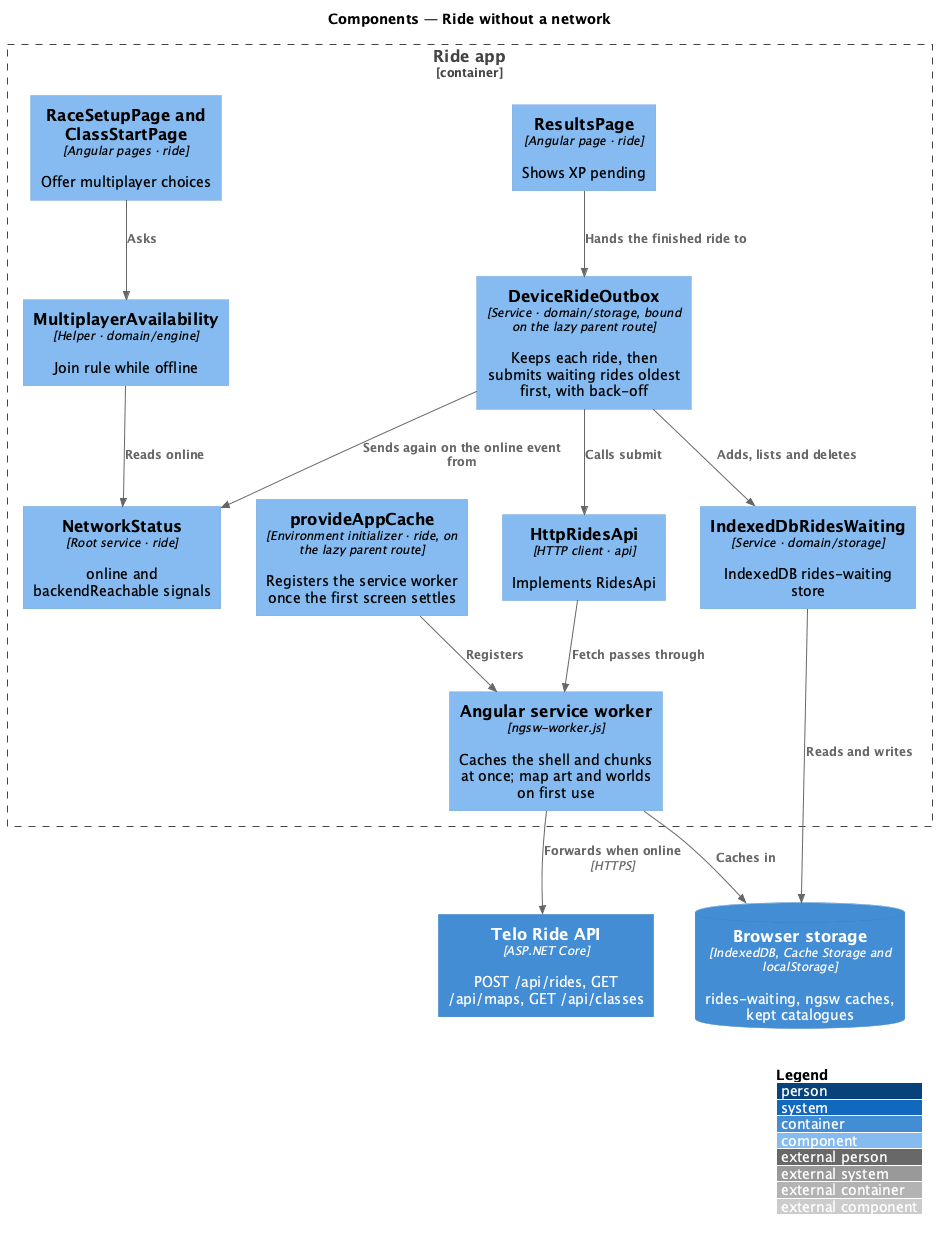
This is docs/detailed-designs/performance/ride-without-a-network/diagrams/c4-component.png from QuinntyneBrown/wattzup, a PlantUML export, as it was before one commit.
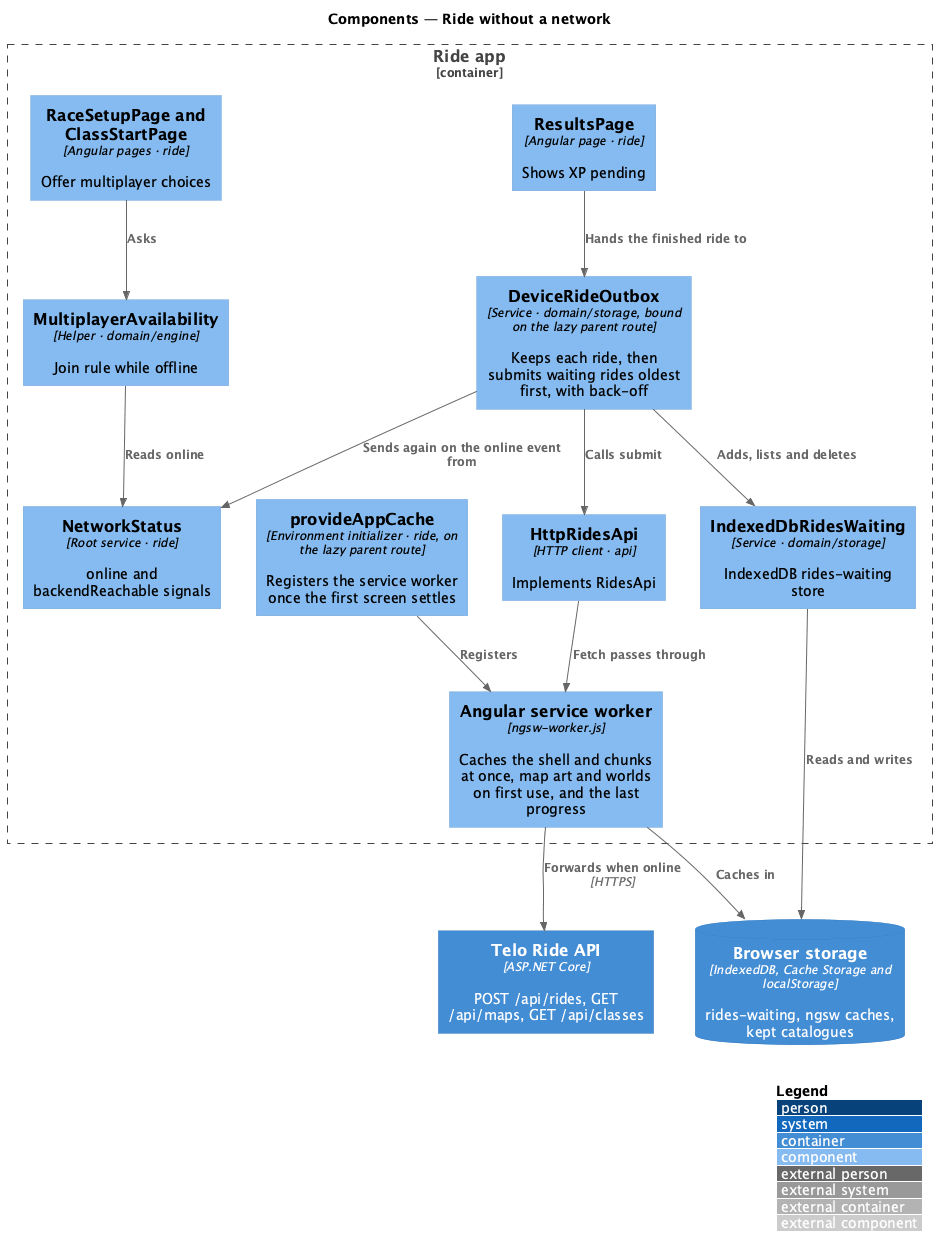
After the commit.

Diff of the diagram source:
```diff
@@ -14,7 +14,7 @@
   Component(outbox, "IndexedDbRidesWaiting", "Service · domain/storage", "IndexedDB rides-waiting store")
   Component(ridesApi, "HttpRidesApi", "HTTP client · api", "Implements RidesApi")
   Component(register, "provideAppCache", "Environment initializer · ride, on the lazy parent route", "Registers the service worker once the first screen settles")
-  Component(sw, "Angular service worker", "ngsw-worker.js", "Caches the shell and chunks at once; map art and worlds on first use")
+  Component(sw, "Angular service worker", "ngsw-worker.js", "Caches the shell and chunks at once, map art and worlds on first use, and the last progress")
 }
 Rel(results, sync, "Hands the finished ride to")
 Rel(sync, outbox, "Adds, lists and deletes")
```
